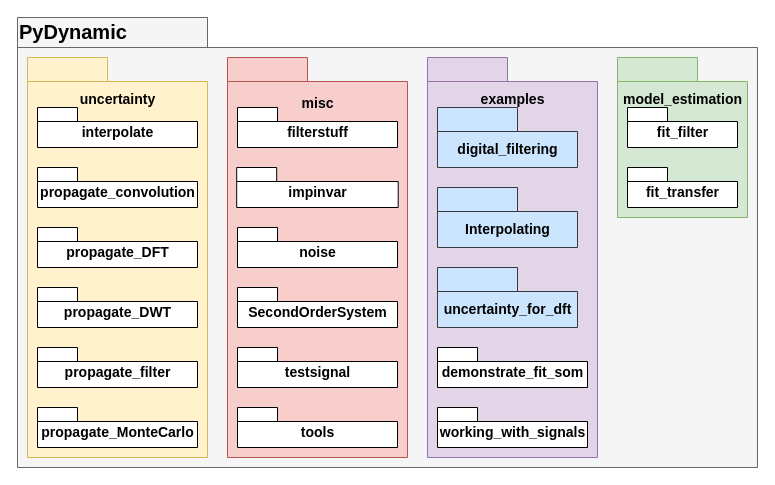
Before: page "Page-1" (1 of 2) of docs/PyDynamic_module_diagram.drawio in PTB-M4D/PyDynamic, a draw.io diagram. Source tidied: cells renumbered, new cells numbered last; positions are measured from the earlier drawing's top-left corner, leaving out a move shared by most shapes. Both pictures are drawn from the tidied source at 100%, with x=0, y=0 at pixel (17, 17).
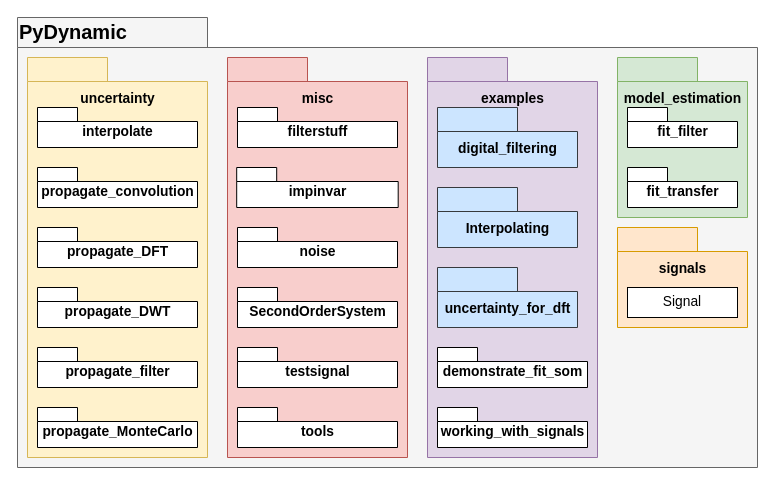
The same diagram, later.

Commit message (it also covers changes not shown here):
docs(module diagram): update module diagram with signals.py to resolve #266

The change refers to these unchanged cells:
```xml
<mxCell id="19" style="group;" parent="10" vertex="1">
  <mxGeometry width="190" height="440" as="geometry" />
</mxCell>
```

The edit, as a diff of the source:
```diff
@@
-    <mxCell id="3" style="group;" parent="1" vertex="1">
+    <mxCell id="3" style="group;fontSize=13.8;fontFamily=Helvetica;" parent="1" vertex="1">
       <mxGeometry x="410" y="40" width="170" height="400" as="geometry" />
     </mxCell>
-    <mxCell id="4" value="&lt;br style=&quot;font-size: 14px&quot;&gt;examples" style="shape=folder;fontStyle=1;spacingTop=10;tabWidth=80;tabHeight=24;tabPosition=left;html=1;rounded=0;shadow=0;comic=0;labelBackgroundColor=none;strokeWidth=1;fontFamily=Helvetica;fontSize=14;align=center;verticalAlign=top;fillColor=#e1d5e7;strokeColor=#9673a6;" parent="3" vertex="1">
+    <mxCell id="4" value="&lt;br style=&quot;font-size: 13.8px;&quot;&gt;examples" style="shape=folder;fontStyle=1;spacingTop=10;tabWidth=80;tabHeight=24;tabPosition=left;html=1;rounded=0;shadow=0;comic=0;labelBackgroundColor=none;strokeWidth=1;fontFamily=Helvetica;fontSize=13.8;align=center;verticalAlign=top;fillColor=#e1d5e7;strokeColor=#9673a6;" parent="3" vertex="1">
       <mxGeometry width="170" height="400" as="geometry" />
     </mxCell>
-    <mxCell id="5" value="demonstrate_fit_som" style="shape=folder;fontStyle=1;spacingTop=10;tabWidth=40;tabHeight=14;tabPosition=left;html=1;rounded=0;shadow=0;comic=0;labelBackgroundColor=none;strokeWidth=1;fontFamily=Helvetica;fontSize=14;align=center;verticalAlign=top;" parent="3" vertex="1">
+    <mxCell id="5" value="demonstrate_fit_som" style="shape=folder;fontStyle=1;spacingTop=10;tabWidth=40;tabHeight=14;tabPosition=left;html=1;rounded=0;shadow=0;comic=0;labelBackgroundColor=none;strokeWidth=1;fontFamily=Helvetica;fontSize=13.8;align=center;verticalAlign=top;" parent="3" vertex="1">
       <mxGeometry x="10" y="290" width="150" height="40" as="geometry" />
     </mxCell>
-    <mxCell id="6" value="&lt;br style=&quot;font-size: 14px&quot;&gt;digital_filtering" style="shape=folder;fontStyle=1;spacingTop=10;tabWidth=80;tabHeight=24;tabPosition=left;html=1;rounded=0;shadow=0;comic=0;labelBackgroundColor=none;strokeWidth=1;fontFamily=Helvetica;fontSize=14;align=center;verticalAlign=top;fillColor=#cce5ff;strokeColor=#36393d;" parent="3" vertex="1">
+    <mxCell id="6" value="&lt;br style=&quot;font-size: 13.8px;&quot;&gt;digital_filtering" style="shape=folder;fontStyle=1;spacingTop=10;tabWidth=80;tabHeight=24;tabPosition=left;html=1;rounded=0;shadow=0;comic=0;labelBackgroundColor=none;strokeWidth=1;fontFamily=Helvetica;fontSize=13.8;align=center;verticalAlign=top;fillColor=#cce5ff;strokeColor=#36393d;" parent="3" vertex="1">
       <mxGeometry x="10" y="50" width="140" height="60" as="geometry" />
     </mxCell>
-    <mxCell id="7" value="&lt;br style=&quot;font-size: 14px&quot;&gt;Interpolating" style="shape=folder;fontStyle=1;spacingTop=10;tabWidth=80;tabHeight=24;tabPosition=left;html=1;rounded=0;shadow=0;comic=0;labelBackgroundColor=none;strokeWidth=1;fontFamily=Helvetica;fontSize=14;align=center;verticalAlign=top;fillColor=#cce5ff;strokeColor=#36393d;" parent="3" vertex="1">
+    <mxCell id="7" value="&lt;br style=&quot;font-size: 13.8px;&quot;&gt;Interpolating" style="shape=folder;fontStyle=1;spacingTop=10;tabWidth=80;tabHeight=24;tabPosition=left;html=1;rounded=0;shadow=0;comic=0;labelBackgroundColor=none;strokeWidth=1;fontFamily=Helvetica;fontSize=13.8;align=center;verticalAlign=top;fillColor=#cce5ff;strokeColor=#36393d;" parent="3" vertex="1">
       <mxGeometry x="10" y="130" width="140" height="60" as="geometry" />
     </mxCell>
-    <mxCell id="8" value="&lt;br style=&quot;font-size: 14px&quot;&gt;uncertainty_for_dft" style="shape=folder;fontStyle=1;spacingTop=10;tabWidth=80;tabHeight=24;tabPosition=left;html=1;rounded=0;shadow=0;comic=0;labelBackgroundColor=none;strokeWidth=1;fontFamily=Helvetica;fontSize=14;align=center;verticalAlign=top;fillColor=#cce5ff;strokeColor=#36393d;" parent="3" vertex="1">
+    <mxCell id="8" value="&lt;br style=&quot;font-size: 13.8px;&quot;&gt;uncertainty_for_dft" style="shape=folder;fontStyle=1;spacingTop=10;tabWidth=80;tabHeight=24;tabPosition=left;html=1;rounded=0;shadow=0;comic=0;labelBackgroundColor=none;strokeWidth=1;fontFamily=Helvetica;fontSize=13.8;align=center;verticalAlign=top;fillColor=#cce5ff;strokeColor=#36393d;" parent="3" vertex="1">
       <mxGeometry x="10" y="210" width="140" height="60" as="geometry" />
     </mxCell>
-    <mxCell id="9" value="working_with_signals" style="shape=folder;fontStyle=1;spacingTop=10;tabWidth=40;tabHeight=14;tabPosition=left;html=1;rounded=0;shadow=0;comic=0;labelBackgroundColor=none;strokeWidth=1;fontFamily=Helvetica;fontSize=14;align=center;verticalAlign=top;" parent="3" vertex="1">
+    <mxCell id="9" value="working_with_signals" style="shape=folder;fontStyle=1;spacingTop=10;tabWidth=40;tabHeight=14;tabPosition=left;html=1;rounded=0;shadow=0;comic=0;labelBackgroundColor=none;strokeWidth=1;fontFamily=Helvetica;fontSize=13.8;align=center;verticalAlign=top;" parent="3" vertex="1">
       <mxGeometry x="10" y="350" width="150" height="40" as="geometry" />
     </mxCell>
-    <mxCell id="10" style="group;" parent="1" vertex="1">
+    <mxCell id="10" style="group;fontSize=14;" parent="1" vertex="1">
       <mxGeometry width="730" height="440" as="geometry" />
     </mxCell>
-    <mxCell id="11" style="group;" parent="10" vertex="1">
+    <mxCell id="11" style="group;fontSize=13.8;fontFamily=Helvetica;" parent="10" vertex="1">
       <mxGeometry x="210" y="40" width="180" height="400" as="geometry" />
     </mxCell>
-    <mxCell id="12" value="&lt;font style=&quot;font-size: 14px&quot;&gt;&lt;br&gt;&lt;font style=&quot;font-size: 14px&quot;&gt;misc&lt;/font&gt;&lt;/font&gt;" style="shape=folder;fontStyle=1;spacingTop=10;tabWidth=80;tabHeight=24;tabPosition=left;html=1;rounded=0;shadow=0;comic=0;labelBackgroundColor=none;strokeWidth=1;fontFamily=Helvetica;fontSize=16;align=center;verticalAlign=top;fillColor=#f8cecc;strokeColor=#b85450;" parent="11" vertex="1">
+    <mxCell id="12" value="&lt;font style=&quot;font-size: 13.8px;&quot;&gt;&lt;br style=&quot;font-size: 13.8px;&quot;&gt;&lt;font style=&quot;font-size: 13.8px;&quot;&gt;misc&lt;/font&gt;&lt;/font&gt;" style="shape=folder;fontStyle=1;spacingTop=10;tabWidth=80;tabHeight=24;tabPosition=left;html=1;rounded=0;shadow=0;comic=0;labelBackgroundColor=none;strokeWidth=1;fontFamily=Helvetica;fontSize=13.8;align=center;verticalAlign=top;fillColor=#f8cecc;strokeColor=#b85450;" parent="11" vertex="1">
       <mxGeometry width="180" height="400" as="geometry" />
     </mxCell>
-    <mxCell id="13" value="filterstuff" style="shape=folder;fontStyle=1;spacingTop=10;tabWidth=40;tabHeight=14;tabPosition=left;html=1;rounded=0;shadow=0;comic=0;labelBackgroundColor=none;strokeWidth=1;fontFamily=Helvetica;fontSize=14;align=center;verticalAlign=top;" parent="11" vertex="1">
+    <mxCell id="13" value="filterstuff" style="shape=folder;fontStyle=1;spacingTop=10;tabWidth=40;tabHeight=14;tabPosition=left;html=1;rounded=0;shadow=0;comic=0;labelBackgroundColor=none;strokeWidth=1;fontFamily=Helvetica;fontSize=13.8;align=center;verticalAlign=top;" parent="11" vertex="1">
       <mxGeometry x="10" y="50" width="160" height="40" as="geometry" />
     </mxCell>
-    <mxCell id="14" value="testsignal" style="shape=folder;fontStyle=1;spacingTop=10;tabWidth=40;tabHeight=14;tabPosition=left;html=1;rounded=0;shadow=0;comic=0;labelBackgroundColor=none;strokeWidth=1;fontFamily=Helvetica;fontSize=14;align=center;verticalAlign=top;" parent="11" vertex="1">
+    <mxCell id="14" value="testsignal" style="shape=folder;fontStyle=1;spacingTop=10;tabWidth=40;tabHeight=14;tabPosition=left;html=1;rounded=0;shadow=0;comic=0;labelBackgroundColor=none;strokeWidth=1;fontFamily=Helvetica;fontSize=13.8;align=center;verticalAlign=top;" parent="11" vertex="1">
       <mxGeometry x="10" y="290" width="160" height="40" as="geometry" />
     </mxCell>
-    <mxCell id="15" value="impinvar" style="shape=folder;fontStyle=1;spacingTop=10;tabWidth=40;tabHeight=14;tabPosition=left;html=1;rounded=0;shadow=0;comic=0;labelBackgroundColor=none;strokeWidth=1;fontFamily=Helvetica;fontSize=14;align=center;verticalAlign=top;" parent="11" vertex="1">
+    <mxCell id="15" value="impinvar" style="shape=folder;fontStyle=1;spacingTop=10;tabWidth=40;tabHeight=14;tabPosition=left;html=1;rounded=0;shadow=0;comic=0;labelBackgroundColor=none;strokeWidth=1;fontFamily=Helvetica;fontSize=13.8;align=center;verticalAlign=top;" parent="11" vertex="1">
       <mxGeometry x="9.2" y="110" width="161.5" height="40" as="geometry" />
     </mxCell>
-    <mxCell id="16" value="noise" style="shape=folder;fontStyle=1;spacingTop=10;tabWidth=40;tabHeight=14;tabPosition=left;html=1;rounded=0;shadow=0;comic=0;labelBackgroundColor=none;strokeWidth=1;fontFamily=Helvetica;fontSize=14;align=center;verticalAlign=top;" parent="11" vertex="1">
+    <mxCell id="16" value="noise" style="shape=folder;fontStyle=1;spacingTop=10;tabWidth=40;tabHeight=14;tabPosition=left;html=1;rounded=0;shadow=0;comic=0;labelBackgroundColor=none;strokeWidth=1;fontFamily=Helvetica;fontSize=13.8;align=center;verticalAlign=top;" parent="11" vertex="1">
       <mxGeometry x="10" y="170" width="160" height="40" as="geometry" />
     </mxCell>
-    <mxCell id="17" value="SecondOrderSystem" style="shape=folder;fontStyle=1;spacingTop=10;tabWidth=40;tabHeight=14;tabPosition=left;html=1;rounded=0;shadow=0;comic=0;labelBackgroundColor=none;strokeWidth=1;fontFamily=Helvetica;fontSize=14;align=center;verticalAlign=top;" parent="11" vertex="1">
+    <mxCell id="17" value="SecondOrderSystem" style="shape=folder;fontStyle=1;spacingTop=10;tabWidth=40;tabHeight=14;tabPosition=left;html=1;rounded=0;shadow=0;comic=0;labelBackgroundColor=none;strokeWidth=1;fontFamily=Helvetica;fontSize=13.8;align=center;verticalAlign=top;" parent="11" vertex="1">
       <mxGeometry x="10" y="230" width="160" height="40" as="geometry" />
     </mxCell>
-    <mxCell id="18" value="tools" style="shape=folder;fontStyle=1;spacingTop=10;tabWidth=40;tabHeight=14;tabPosition=left;html=1;rounded=0;shadow=0;comic=0;labelBackgroundColor=none;strokeWidth=1;fontFamily=Helvetica;fontSize=14;align=center;verticalAlign=top;" parent="11" vertex="1">
+    <mxCell id="18" value="tools" style="shape=folder;fontStyle=1;spacingTop=10;tabWidth=40;tabHeight=14;tabPosition=left;html=1;rounded=0;shadow=0;comic=0;labelBackgroundColor=none;strokeWidth=1;fontFamily=Helvetica;fontSize=13.8;align=center;verticalAlign=top;" parent="11" vertex="1">
       <mxGeometry x="10" y="350" width="160" height="40" as="geometry" />
     </mxCell>
@@
-    <mxCell id="21" value="&lt;br style=&quot;font-size: 14px;&quot;&gt;uncertainty" style="shape=folder;fontStyle=1;spacingTop=10;tabWidth=80;tabHeight=24;tabPosition=left;html=1;rounded=0;shadow=0;comic=0;labelBackgroundColor=none;strokeWidth=1;fontFamily=Helvetica;fontSize=14;align=center;verticalAlign=top;fillColor=#fff2cc;strokeColor=#d6b656;" parent="19" vertex="1">
+    <mxCell id="21" value="&lt;br style=&quot;font-size: 13.8px;&quot;&gt;uncertainty" style="shape=folder;fontStyle=1;spacingTop=10;tabWidth=80;tabHeight=24;tabPosition=left;html=1;rounded=0;shadow=0;comic=0;labelBackgroundColor=none;strokeWidth=1;fontFamily=Helvetica;fontSize=13.8;align=center;verticalAlign=top;fillColor=#fff2cc;strokeColor=#d6b656;" parent="19" vertex="1">
       <mxGeometry x="10" y="40" width="180" height="400" as="geometry" />
     </mxCell>
-    <mxCell id="22" value="interpolate" style="shape=folder;fontStyle=1;spacingTop=10;tabWidth=40;tabHeight=14;tabPosition=left;html=1;rounded=0;shadow=0;comic=0;labelBackgroundColor=none;strokeWidth=1;fontFamily=Helvetica;fontSize=14;align=center;verticalAlign=top;" parent="19" vertex="1">
+    <mxCell id="22" value="interpolate" style="shape=folder;fontStyle=1;spacingTop=10;tabWidth=40;tabHeight=14;tabPosition=left;html=1;rounded=0;shadow=0;comic=0;labelBackgroundColor=none;strokeWidth=1;fontFamily=Helvetica;fontSize=13.8;align=center;verticalAlign=top;" parent="19" vertex="1">
       <mxGeometry x="20" y="90" width="160" height="40" as="geometry" />
     </mxCell>
-    <mxCell id="23" value="propagate_DFT" style="shape=folder;fontStyle=1;spacingTop=10;tabWidth=40;tabHeight=14;tabPosition=left;html=1;rounded=0;shadow=0;comic=0;labelBackgroundColor=none;strokeWidth=1;fontFamily=Helvetica;fontSize=14;align=center;verticalAlign=top;" parent="19" vertex="1">
+    <mxCell id="23" value="propagate_DFT" style="shape=folder;fontStyle=1;spacingTop=10;tabWidth=40;tabHeight=14;tabPosition=left;html=1;rounded=0;shadow=0;comic=0;labelBackgroundColor=none;strokeWidth=1;fontFamily=Helvetica;fontSize=13.8;align=center;verticalAlign=top;" parent="19" vertex="1">
       <mxGeometry x="20" y="210" width="160" height="40" as="geometry" />
     </mxCell>
-    <mxCell id="24" value="propagate_filter" style="shape=folder;fontStyle=1;spacingTop=10;tabWidth=40;tabHeight=14;tabPosition=left;html=1;rounded=0;shadow=0;comic=0;labelBackgroundColor=none;strokeWidth=1;fontFamily=Helvetica;fontSize=14;align=center;verticalAlign=top;" parent="19" vertex="1">
+    <mxCell id="24" value="propagate_filter" style="shape=folder;fontStyle=1;spacingTop=10;tabWidth=40;tabHeight=14;tabPosition=left;html=1;rounded=0;shadow=0;comic=0;labelBackgroundColor=none;strokeWidth=1;fontFamily=Helvetica;fontSize=13.8;align=center;verticalAlign=top;" parent="19" vertex="1">
       <mxGeometry x="20" y="330" width="160" height="40" as="geometry" />
     </mxCell>
-    <mxCell id="25" value="propagate_MonteCarlo" style="shape=folder;fontStyle=1;spacingTop=10;tabWidth=40;tabHeight=14;tabPosition=left;html=1;rounded=0;shadow=0;comic=0;labelBackgroundColor=none;strokeWidth=1;fontFamily=Helvetica;fontSize=14;align=center;verticalAlign=top;" parent="19" vertex="1">
+    <mxCell id="25" value="propagate_MonteCarlo" style="shape=folder;fontStyle=1;spacingTop=10;tabWidth=40;tabHeight=14;tabPosition=left;html=1;rounded=0;shadow=0;comic=0;labelBackgroundColor=none;strokeWidth=1;fontFamily=Helvetica;fontSize=13.8;align=center;verticalAlign=top;" parent="19" vertex="1">
       <mxGeometry x="20" y="390" width="160" height="40" as="geometry" />
     </mxCell>
-    <mxCell id="26" value="propagate_convolution" style="shape=folder;fontStyle=1;spacingTop=10;tabWidth=40;tabHeight=14;tabPosition=left;html=1;rounded=0;shadow=0;comic=0;labelBackgroundColor=none;strokeWidth=1;fontFamily=Helvetica;fontSize=14;align=center;verticalAlign=top;" parent="19" vertex="1">
+    <mxCell id="26" value="propagate_convolution" style="shape=folder;fontStyle=1;spacingTop=10;tabWidth=40;tabHeight=14;tabPosition=left;html=1;rounded=0;shadow=0;comic=0;labelBackgroundColor=none;strokeWidth=1;fontFamily=Helvetica;fontSize=13.8;align=center;verticalAlign=top;" parent="19" vertex="1">
       <mxGeometry x="20" y="150" width="160" height="40" as="geometry" />
     </mxCell>
-    <mxCell id="27" value="propagate_DWT" style="shape=folder;fontStyle=1;spacingTop=10;tabWidth=40;tabHeight=14;tabPosition=left;html=1;rounded=0;shadow=0;comic=0;labelBackgroundColor=none;strokeWidth=1;fontFamily=Helvetica;fontSize=14;align=center;verticalAlign=top;" parent="19" vertex="1">
+    <mxCell id="27" value="propagate_DWT" style="shape=folder;fontStyle=1;spacingTop=10;tabWidth=40;tabHeight=14;tabPosition=left;html=1;rounded=0;shadow=0;comic=0;labelBackgroundColor=none;strokeWidth=1;fontFamily=Helvetica;fontSize=13.8;align=center;verticalAlign=top;" parent="19" vertex="1">
       <mxGeometry x="20" y="270" width="160" height="40" as="geometry" />
     </mxCell>
-    <mxCell id="28" style="group;" parent="10" vertex="1">
+    <mxCell id="28" style="group;fontSize=13.8;fontFamily=Helvetica;" parent="10" vertex="1">
       <mxGeometry x="600" y="40" width="130" height="160" as="geometry" />
     </mxCell>
-    <mxCell id="29" value="&lt;br style=&quot;font-size: 14px&quot;&gt;model_estimation" style="shape=folder;fontStyle=1;spacingTop=10;tabWidth=80;tabHeight=24;tabPosition=left;html=1;rounded=0;shadow=0;comic=0;labelBackgroundColor=none;strokeWidth=1;fontFamily=Helvetica;fontSize=14;align=center;verticalAlign=top;fillColor=#d5e8d4;strokeColor=#82b366;" parent="28" vertex="1">
+    <mxCell id="29" value="&lt;br style=&quot;font-size: 13.8px;&quot;&gt;model_estimation" style="shape=folder;fontStyle=1;spacingTop=10;tabWidth=80;tabHeight=24;tabPosition=left;html=1;rounded=0;shadow=0;comic=0;labelBackgroundColor=none;strokeWidth=1;fontFamily=Helvetica;fontSize=13.8;align=center;verticalAlign=top;fillColor=#d5e8d4;strokeColor=#82b366;" parent="28" vertex="1">
       <mxGeometry width="130" height="160" as="geometry" />
     </mxCell>
-    <mxCell id="30" value="fit_transfer" style="shape=folder;fontStyle=1;spacingTop=10;tabWidth=40;tabHeight=14;tabPosition=left;html=1;rounded=0;shadow=0;comic=0;labelBackgroundColor=none;strokeWidth=1;fontFamily=Helvetica;fontSize=14;align=center;verticalAlign=top;" parent="28" vertex="1">
+    <mxCell id="30" value="fit_transfer" style="shape=folder;fontStyle=1;spacingTop=10;tabWidth=40;tabHeight=14;tabPosition=left;html=1;rounded=0;shadow=0;comic=0;labelBackgroundColor=none;strokeWidth=1;fontFamily=Helvetica;fontSize=13.8;align=center;verticalAlign=top;" parent="28" vertex="1">
       <mxGeometry x="10" y="110" width="110" height="40" as="geometry" />
     </mxCell>
-    <mxCell id="31" value="fit_filter" style="shape=folder;fontStyle=1;spacingTop=10;tabWidth=40;tabHeight=14;tabPosition=left;html=1;rounded=0;shadow=0;comic=0;labelBackgroundColor=none;strokeWidth=1;fontFamily=Helvetica;fontSize=14;align=center;verticalAlign=top;" parent="28" vertex="1">
+    <mxCell id="31" value="fit_filter" style="shape=folder;fontStyle=1;spacingTop=10;tabWidth=40;tabHeight=14;tabPosition=left;html=1;rounded=0;shadow=0;comic=0;labelBackgroundColor=none;strokeWidth=1;fontFamily=Helvetica;fontSize=13.8;align=center;verticalAlign=top;" parent="28" vertex="1">
       <mxGeometry x="10" y="50" width="110" height="40" as="geometry" />
     </mxCell>
+    <mxCell id="32" style="group;fontSize=13.8;fontFamily=Helvetica;" parent="1" vertex="1">
+      <mxGeometry x="600" y="210" width="140" height="100" as="geometry" />
+    </mxCell>
+    <mxCell id="33" value="&lt;br style=&quot;font-size: 13.8px;&quot;&gt;signals" style="shape=folder;fontStyle=1;spacingTop=10;tabWidth=80;tabHeight=24;tabPosition=left;html=1;rounded=0;shadow=0;comic=0;labelBackgroundColor=none;strokeWidth=1;fontFamily=Helvetica;fontSize=13.8;align=center;verticalAlign=top;fillColor=#ffe6cc;strokeColor=#d79b00;" parent="32" vertex="1">
+      <mxGeometry width="130" height="100" as="geometry" />
+    </mxCell>
+    <mxCell id="34" value="Signal" style="rounded=0;whiteSpace=wrap;html=1;fontFamily=Helvetica;fontSize=13.8;" parent="32" vertex="1">
+      <mxGeometry x="10" y="60" width="110" height="30" as="geometry" />
+    </mxCell>
```
